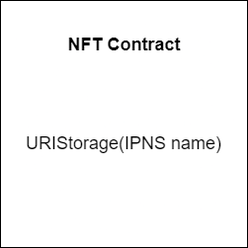
The draw.io diagram Diagrams/Dynamic_NFT_Architecture.drawio.png in PriyathamVarma/NFT-Basics-to-Jedi, before a commit. Source tidied: cells renumbered, new cells last; positions are measured from the earlier drawing's top-left corner, leaving out a move shared by most shapes.
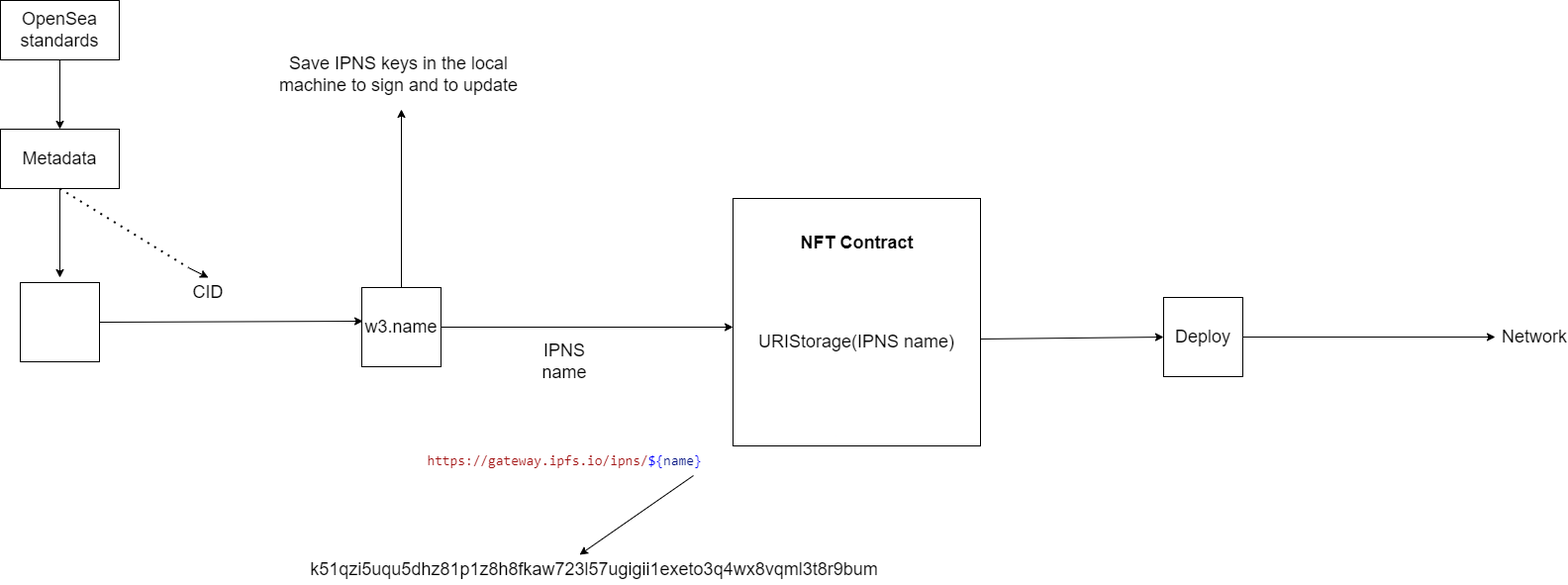
After the commit.

The edit, as a diff of the source:
```diff
@@ -11,5 +11,96 @@
     <mxCell id="4" value="URIStorage(IPNS name)" style="text;html=1;strokeColor=none;fillColor=none;align=center;verticalAlign=middle;whiteSpace=wrap;rounded=0;fontSize=18;" parent="1" vertex="1">
       <mxGeometry x="5" y="130" width="240" height="30" as="geometry" />
     </mxCell>
+    <mxCell id="5" style="whiteSpace=wrap;html=1;fontSize=18;" parent="1" vertex="1">
+      <mxGeometry x="-375" y="90" width="80" height="80" as="geometry" />
+    </mxCell>
+    <mxCell id="6" style="endArrow=classic;html=1;rounded=0;fontSize=18;exitX=1;exitY=0.5;exitDx=0;exitDy=0;" parent="1" edge="1" source="5">
+      <mxGeometry relative="1" as="geometry">
+        <mxPoint y="130" as="targetPoint" />
+      </mxGeometry>
+    </mxCell>
+    <mxCell id="7" value="IPNS name" style="text;html=1;strokeColor=none;fillColor=none;align=center;verticalAlign=middle;whiteSpace=wrap;rounded=0;fontSize=18;" parent="1" vertex="1">
+      <mxGeometry x="-200" y="150" width="60" height="30" as="geometry" />
+    </mxCell>
+    <mxCell id="8" value="&lt;div style=&quot;background-color: rgb(255, 255, 255); font-family: Consolas, &amp;quot;Courier New&amp;quot;, monospace; font-size: 14px; line-height: 19px;&quot;&gt;&lt;span style=&quot;color: #a31515;&quot;&gt;https://gateway.ipfs.io/ipns/&lt;/span&gt;&lt;span style=&quot;color: #0000ff;&quot;&gt;${&lt;/span&gt;&lt;span style=&quot;color: #001080;&quot;&gt;name&lt;/span&gt;&lt;span style=&quot;color: #0000ff;&quot;&gt;}&lt;/span&gt;&lt;/div&gt;" style="text;html=1;strokeColor=none;fillColor=none;align=center;verticalAlign=middle;whiteSpace=wrap;rounded=0;fontSize=18;" parent="1" vertex="1">
+      <mxGeometry x="-200" y="250" width="60" height="30" as="geometry" />
+    </mxCell>
+    <mxCell id="9" value="k51qzi5uqu5dhz81p1z8h8fkaw723l57ugigii1exeto3q4wx8vqml3t8r9bum" style="text;html=1;strokeColor=none;fillColor=none;align=center;verticalAlign=middle;whiteSpace=wrap;rounded=0;fontSize=18;" parent="1" vertex="1">
+      <mxGeometry x="-170" y="360" width="60" height="30" as="geometry" />
+    </mxCell>
+    <mxCell id="10" style="whiteSpace=wrap;html=1;fontSize=18;" parent="1" vertex="1">
+      <mxGeometry x="435" y="100" width="80" height="80" as="geometry" />
+    </mxCell>
+    <mxCell id="11" style="endArrow=classic;html=1;rounded=0;fontSize=18;exitX=1;exitY=0.568;exitDx=0;exitDy=0;exitPerimeter=0;entryX=0;entryY=0.5;entryDx=0;entryDy=0;" parent="1" edge="1" source="2" target="10">
+      <mxGeometry relative="1" as="geometry" />
+    </mxCell>
+    <mxCell id="12" value="Deploy" style="text;html=1;strokeColor=none;fillColor=none;align=center;verticalAlign=middle;whiteSpace=wrap;rounded=0;fontSize=18;" parent="1" vertex="1">
+      <mxGeometry x="445" y="125" width="60" height="30" as="geometry" />
+    </mxCell>
+    <mxCell id="13" style="endArrow=classic;html=1;rounded=0;fontSize=18;exitX=1;exitY=0.5;exitDx=0;exitDy=0;" parent="1" edge="1" source="10">
+      <mxGeometry relative="1" as="geometry">
+        <mxPoint x="770" y="140" as="targetPoint" />
+      </mxGeometry>
+    </mxCell>
+    <mxCell id="14" value="Network" style="text;html=1;strokeColor=none;fillColor=none;align=center;verticalAlign=middle;whiteSpace=wrap;rounded=0;fontSize=18;" parent="1" vertex="1">
+      <mxGeometry x="780" y="125" width="60" height="30" as="geometry" />
+    </mxCell>
+    <mxCell id="15" style="endArrow=classic;html=1;rounded=0;fontSize=18;entryX=0.25;entryY=0;entryDx=0;entryDy=0;" parent="1" edge="1" target="9">
+      <mxGeometry relative="1" as="geometry">
+        <mxPoint x="-40" y="280" as="sourcePoint" />
+      </mxGeometry>
+    </mxCell>
+    <mxCell id="16" style="endArrow=classic;html=1;rounded=0;fontSize=18;exitX=0.5;exitY=0;exitDx=0;exitDy=0;" parent="1" edge="1" source="5">
+      <mxGeometry relative="1" as="geometry">
+        <mxPoint x="-335" y="-90" as="targetPoint" />
+      </mxGeometry>
+    </mxCell>
+    <mxCell id="17" value="Save IPNS keys in the local machine to sign and to update" style="text;html=1;strokeColor=none;fillColor=none;align=center;verticalAlign=middle;whiteSpace=wrap;rounded=0;fontSize=18;" parent="1" vertex="1">
+      <mxGeometry x="-475" y="-140" width="275" height="30" as="geometry" />
+    </mxCell>
+    <mxCell id="18" style="whiteSpace=wrap;html=1;fontSize=18;" parent="1" vertex="1">
+      <mxGeometry x="-720" y="85" width="80" height="80" as="geometry" />
+    </mxCell>
+    <mxCell id="19" style="endArrow=classic;html=1;rounded=0;fontSize=18;exitX=1;exitY=0.5;exitDx=0;exitDy=0;entryX=0.013;entryY=0.425;entryDx=0;entryDy=0;entryPerimeter=0;" parent="1" edge="1" source="18" target="5">
+      <mxGeometry relative="1" as="geometry" />
+    </mxCell>
+    <mxCell id="20" value="CID" style="text;html=1;strokeColor=none;fillColor=none;align=center;verticalAlign=middle;whiteSpace=wrap;rounded=0;fontSize=18;" parent="1" vertex="1">
+      <mxGeometry x="-560" y="80" width="60" height="30" as="geometry" />
+    </mxCell>
+    <mxCell id="21" style="rounded=0;whiteSpace=wrap;html=1;fontSize=18;" parent="1" vertex="1">
+      <mxGeometry x="-740" y="-70" width="120" height="60" as="geometry" />
+    </mxCell>
+    <mxCell id="22" value="Metadata" style="text;html=1;strokeColor=none;fillColor=none;align=center;verticalAlign=middle;whiteSpace=wrap;rounded=0;fontSize=18;" parent="1" vertex="1">
+      <mxGeometry x="-710" y="-55" width="60" height="30" as="geometry" />
+    </mxCell>
+    <mxCell id="23" style="endArrow=classic;html=1;rounded=0;fontSize=18;exitX=0.5;exitY=1;exitDx=0;exitDy=0;" parent="1" edge="1" source="21">
+      <mxGeometry relative="1" as="geometry">
+        <mxPoint x="-680" y="80" as="targetPoint" />
+      </mxGeometry>
+    </mxCell>
+    <mxCell id="24" style="rounded=0;whiteSpace=wrap;html=1;fontSize=18;" parent="1" vertex="1">
+      <mxGeometry x="-740" y="-200" width="120" height="60" as="geometry" />
+    </mxCell>
+    <mxCell id="25" value="OpenSea standards" style="text;html=1;strokeColor=none;fillColor=none;align=center;verticalAlign=middle;whiteSpace=wrap;rounded=0;fontSize=18;" parent="1" vertex="1">
+      <mxGeometry x="-710" y="-185" width="60" height="30" as="geometry" />
+    </mxCell>
+    <mxCell id="26" style="endArrow=classic;html=1;rounded=0;fontSize=18;exitX=0.5;exitY=1;exitDx=0;exitDy=0;entryX=0.5;entryY=0;entryDx=0;entryDy=0;" parent="1" edge="1" source="24" target="21">
+      <mxGeometry relative="1" as="geometry" />
+    </mxCell>
+    <mxCell id="27" style="endArrow=none;dashed=1;html=1;dashPattern=1 3;strokeWidth=2;rounded=0;fontSize=18;" parent="1" edge="1">
+      <mxGeometry relative="1" as="geometry">
+        <mxPoint x="-680" y="-10" as="sourcePoint" />
+        <mxPoint x="-550" y="70" as="targetPoint" />
+      </mxGeometry>
+    </mxCell>
+    <mxCell id="28" style="endArrow=classic;html=1;rounded=0;fontSize=18;" parent="1" edge="1">
+      <mxGeometry relative="1" as="geometry">
+        <mxPoint x="-550" y="70" as="sourcePoint" />
+        <mxPoint x="-530" y="80" as="targetPoint" />
+      </mxGeometry>
+    </mxCell>
+    <mxCell id="29" value="w3.name" style="text;html=1;strokeColor=none;fillColor=none;align=center;verticalAlign=middle;whiteSpace=wrap;rounded=0;fontSize=18;" parent="1" vertex="1">
+      <mxGeometry x="-365" y="115" width="60" height="30" as="geometry" />
+    </mxCell>
   </root>
 </mxGraphModel>
```
